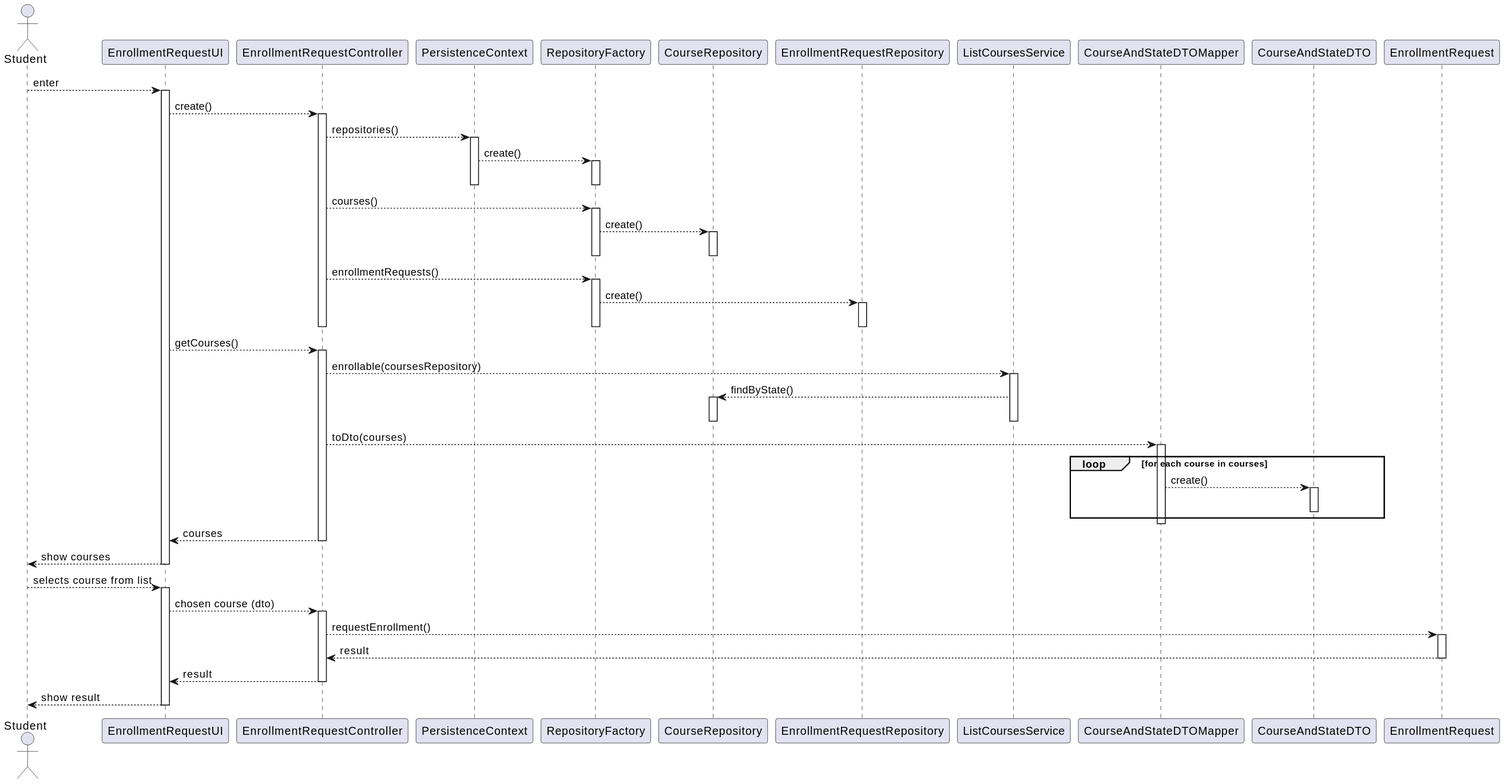
Above: docs/us_1008/sd.svg in jovami/isep-lapr4 (PlantUML), before the change.
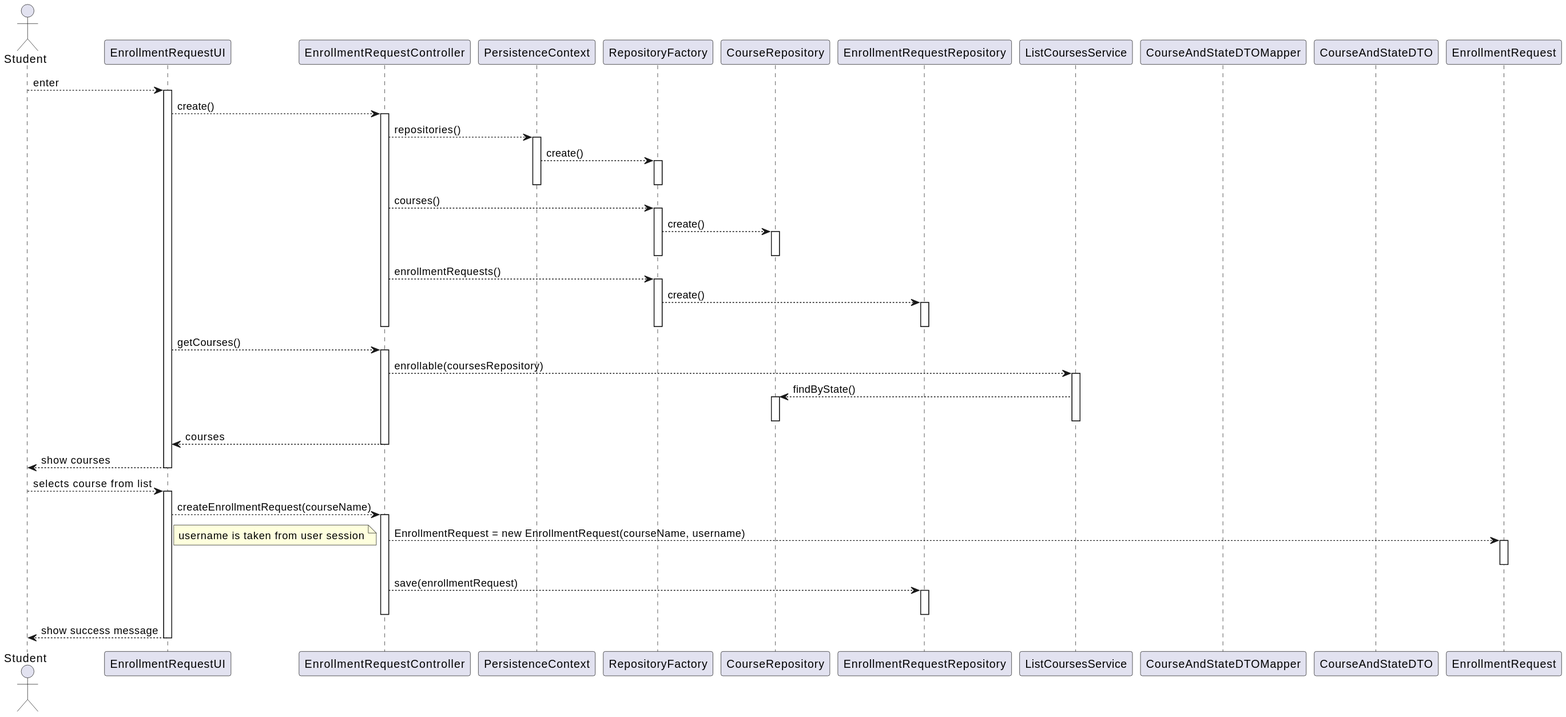
Above is the later version.

Commit message:
docs(us_1008): added SD diagram in SVG format to the documentation folder

Change to the diagram source:
```diff
@@ -8,7 +8,7 @@
 participant CourseRepository as course_repo
 participant EnrollmentRequestRepository as enrollment_request_repo
 
-participant ListCoursesService as svc
+participant ListCoursesService as courses_svc
 
 participant CourseAndStateDTOMapper as mapper
 participant CourseAndStateDTO as dto
@@ -43,40 +43,35 @@
 
     ui --> ctrl: getCourses()
     activate ctrl
-        ctrl --> svc: enrollable(coursesRepository)
-        activate svc
-            svc --> course_repo: findByState()
+        ctrl --> courses_svc: enrollable(coursesRepository)
+        activate courses_svc
+            courses_svc --> course_repo: findByState()
             activate course_repo
             deactivate course_repo
-        deactivate svc
-
-        ctrl --> mapper: toDto(courses)
-        activate mapper
-            loop for each course in courses
-                mapper --> dto: create()
-                activate dto
-                deactivate dto
-            end loop
-        deactivate mapper
+        deactivate courses_svc
 
         ctrl --> ui: courses
     deactivate ctrl
+
+
 
     ui --> user: show courses
 deactivate ui
 
 user --> ui: selects course from list
 activate ui
-    ui --> ctrl: chosen course (dto)
+    ui --> ctrl: createEnrollmentRequest(courseName)
     activate ctrl
-        ctrl ---> enrollment_request: requestEnrollment()
+        ctrl ---> enrollment_request: EnrollmentRequest = new EnrollmentRequest(courseName, username)
+        note bottom: username is taken from user session
         activate enrollment_request
-            enrollment_request --> ctrl: result
         deactivate enrollment_request
 
-        ctrl --> ui: result
+        ctrl --> enrollment_request_repo: save(enrollmentRequest)
+        activate enrollment_request_repo
+        deactivate enrollment_request_repo
     deactivate ctrl
 
-    ui --> user: show result
+    ui --> user: show success message
 deactivate ui
 @enduml
```
